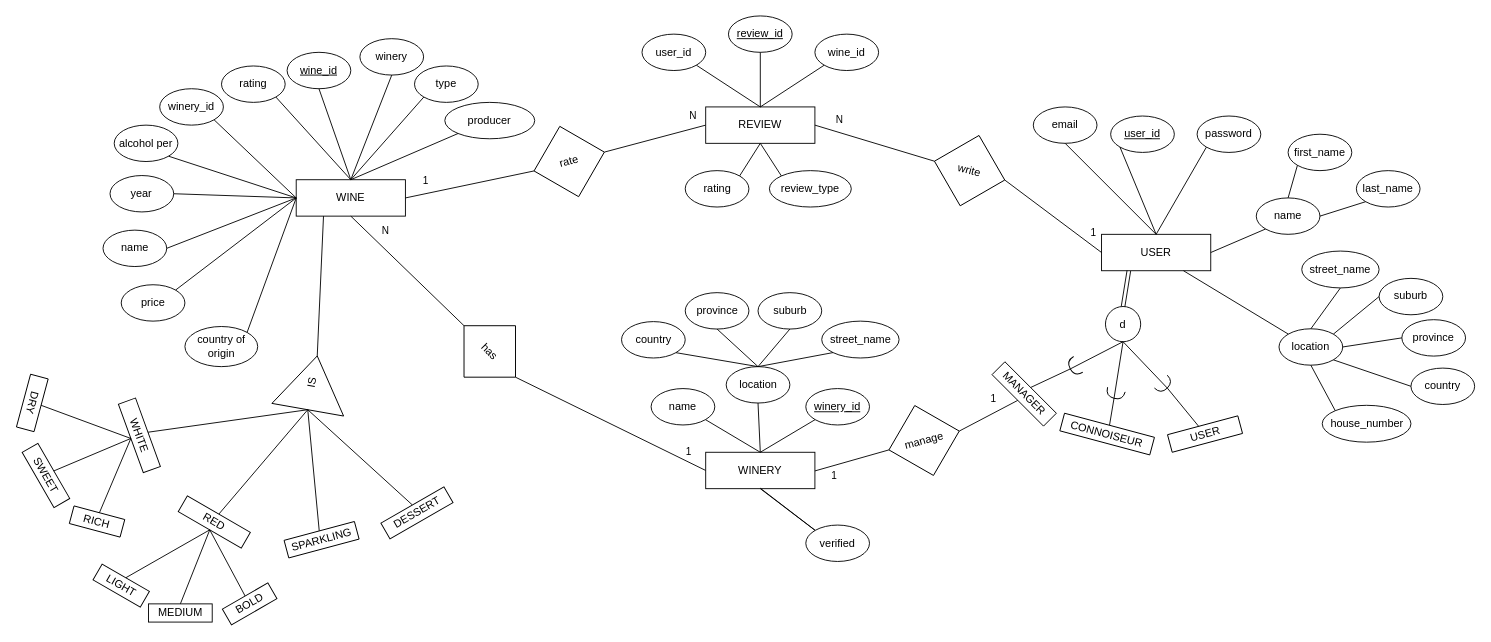
Before: documents/Task2(EER).drawio in GeekGurusUnion/221-PA5, a draw.io diagram. Source tidied: cells renumbered, new cells numbered last; positions are measured from the earlier drawing's top-left corner, leaving out a move shared by most shapes. Both pictures are drawn from the tidied source at 91%, with x=0, y=0 at pixel (5, 15).
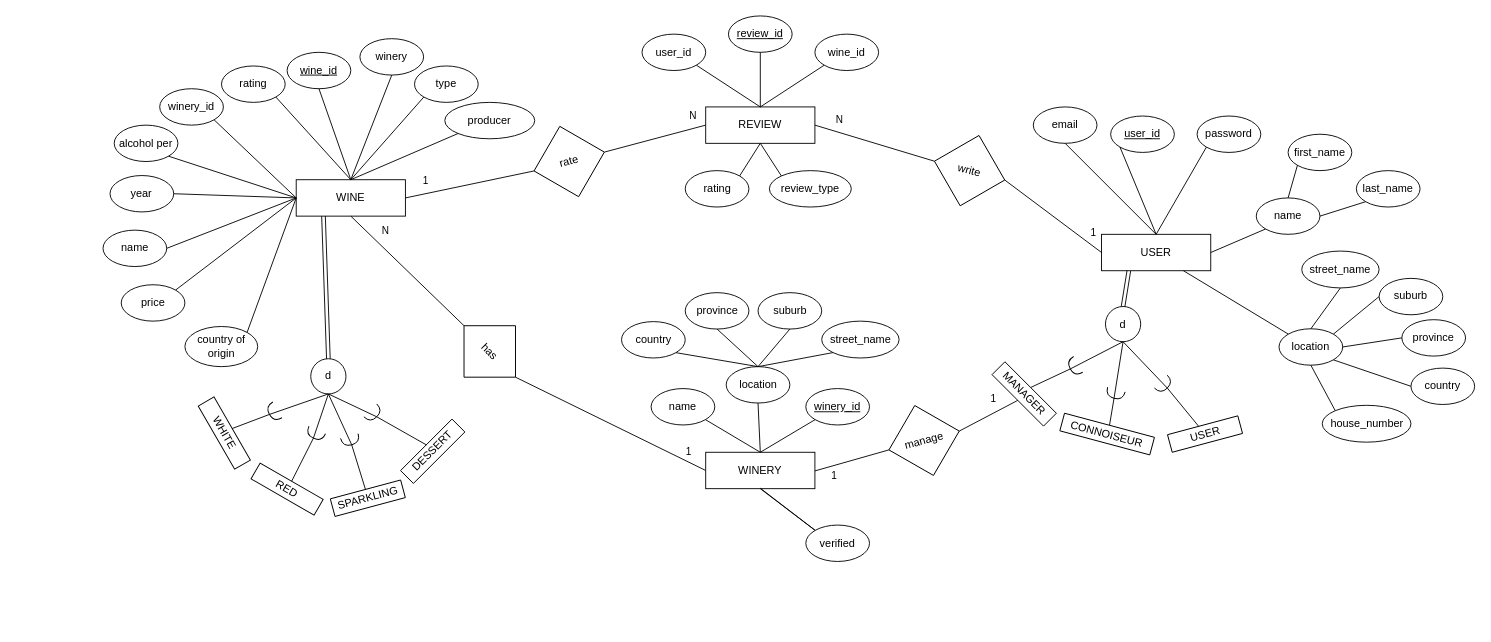
The same diagram, later.

Unchanged cells that the change refers to:
```xml
<mxCell id="2" value="WINE" style="rounded=0;whiteSpace=wrap;html=1;" parent="1" vertex="1">
  <mxGeometry x="320" y="180" width="120" height="40" as="geometry" />
</mxCell>
```

Diff of the diagram source:
```diff
@@
-    <mxCell id="49" value="IS&lt;br&gt;" style="triangle;whiteSpace=wrap;html=1;rotation=-80;" parent="1" vertex="1">
-      <mxGeometry x="307.9" y="363.2" width="60" height="80" as="geometry" />
-    </mxCell>
-    <mxCell id="50" style="endArrow=none;html=1;rounded=0;exitX=0.25;exitY=1;exitDx=0;exitDy=0;entryX=1;entryY=0.5;entryDx=0;entryDy=0;" parent="1" edge="1" source="2" target="49">
-      <mxGeometry relative="1" as="geometry" />
-    </mxCell>
-    <mxCell id="51" style="endArrow=none;html=1;rounded=0;exitX=0;exitY=0.5;exitDx=0;exitDy=0;entryX=0.5;entryY=0;entryDx=0;entryDy=0;" parent="1" edge="1" source="49" target="54">
-      <mxGeometry relative="1" as="geometry" />
-    </mxCell>
-    <mxCell id="52" style="endArrow=none;html=1;rounded=0;entryX=0.5;entryY=0;entryDx=0;entryDy=0;exitX=0;exitY=0.5;exitDx=0;exitDy=0;" parent="1" edge="1" source="49" target="55">
-      <mxGeometry relative="1" as="geometry" />
-    </mxCell>
-    <mxCell id="53" style="endArrow=none;html=1;rounded=0;exitX=0;exitY=0.5;exitDx=0;exitDy=0;entryX=0.5;entryY=0;entryDx=0;entryDy=0;" parent="1" edge="1" source="49" target="56">
-      <mxGeometry relative="1" as="geometry" />
-    </mxCell>
-    <mxCell id="54" value="WHITE" style="rounded=0;whiteSpace=wrap;html=1;rotation=70;" parent="1" vertex="1">
-      <mxGeometry x="107.7" y="450.9" width="80" height="20" as="geometry" />
+    <mxCell id="54" value="WHITE" style="rounded=0;whiteSpace=wrap;html=1;rotation=60;" parent="1" vertex="1">
+      <mxGeometry x="201" y="448.4" width="80" height="20" as="geometry" />
     </mxCell>
     <mxCell id="55" value="RED" style="rounded=0;whiteSpace=wrap;html=1;rotation=30;" parent="1" vertex="1">
-      <mxGeometry x="190" y="546.1" width="80" height="20" as="geometry" />
+      <mxGeometry x="270" y="510" width="80" height="20" as="geometry" />
     </mxCell>
     <mxCell id="56" value="SPARKLING" style="rounded=0;whiteSpace=wrap;html=1;rotation=-15;" parent="1" vertex="1">
-      <mxGeometry x="307.9" y="565.6" width="80" height="20" as="geometry" />
+      <mxGeometry x="358.7" y="520" width="80" height="20" as="geometry" />
     </mxCell>
@@
-    <mxCell id="87" style="endArrow=none;html=1;rounded=0;exitX=0.5;exitY=1;exitDx=0;exitDy=0;entryX=0.5;entryY=0;entryDx=0;entryDy=0;" parent="1" edge="1" source="55" target="90">
-      <mxGeometry relative="1" as="geometry" />
-    </mxCell>
-    <mxCell id="88" style="endArrow=none;html=1;rounded=0;exitX=0.5;exitY=1;exitDx=0;exitDy=0;entryX=0.5;entryY=0;entryDx=0;entryDy=0;" parent="1" edge="1" source="55" target="91">
-      <mxGeometry relative="1" as="geometry" />
-    </mxCell>
-    <mxCell id="89" style="endArrow=none;html=1;rounded=0;exitX=0.5;exitY=1;exitDx=0;exitDy=0;entryX=0.5;entryY=0;entryDx=0;entryDy=0;" parent="1" edge="1" source="55" target="92">
-      <mxGeometry relative="1" as="geometry" />
-    </mxCell>
-    <mxCell id="90" value="LIGHT" style="rounded=0;whiteSpace=wrap;html=1;rotation=30;" parent="1" vertex="1">
-      <mxGeometry x="97.7" y="616.1" width="60" height="20" as="geometry" />
-    </mxCell>
-    <mxCell id="91" value="MEDIUM" style="rounded=0;whiteSpace=wrap;html=1;rotation=0;" parent="1" vertex="1">
-      <mxGeometry x="157.7" y="646.1" width="70" height="20" as="geometry" />
-    </mxCell>
-    <mxCell id="92" value="BOLD" style="rounded=0;whiteSpace=wrap;html=1;rotation=-30;" parent="1" vertex="1">
-      <mxGeometry x="240" y="636.1" width="57.7" height="20" as="geometry" />
-    </mxCell>
-    <mxCell id="93" value="DRY" style="rounded=0;whiteSpace=wrap;html=1;rotation=105;" parent="1" vertex="1">
-      <mxGeometry y="415.3" width="60" height="20" as="geometry" />
-    </mxCell>
-    <mxCell id="94" value="SWEET" style="rounded=0;whiteSpace=wrap;html=1;rotation=60;" parent="1" vertex="1">
-      <mxGeometry x="10" y="495" width="70" height="20" as="geometry" />
-    </mxCell>
-    <mxCell id="95" value="RICH" style="rounded=0;whiteSpace=wrap;html=1;rotation=15;" parent="1" vertex="1">
-      <mxGeometry x="72.3" y="545.6" width="57.7" height="20" as="geometry" />
-    </mxCell>
-    <mxCell id="96" style="endArrow=none;html=1;rounded=0;exitX=0.5;exitY=1;exitDx=0;exitDy=0;entryX=0.5;entryY=0;entryDx=0;entryDy=0;" parent="1" edge="1" source="54" target="94">
-      <mxGeometry relative="1" as="geometry" />
-    </mxCell>
-    <mxCell id="97" style="endArrow=none;html=1;rounded=0;exitX=0.5;exitY=1;exitDx=0;exitDy=0;entryX=0.5;entryY=0;entryDx=0;entryDy=0;" parent="1" edge="1" source="54" target="93">
-      <mxGeometry relative="1" as="geometry" />
-    </mxCell>
-    <mxCell id="98" style="endArrow=none;html=1;rounded=0;exitX=0.5;exitY=1;exitDx=0;exitDy=0;entryX=0.5;entryY=0;entryDx=0;entryDy=0;" parent="1" edge="1" source="54" target="95">
-      <mxGeometry relative="1" as="geometry" />
-    </mxCell>
-    <mxCell id="99" style="endArrow=none;html=1;rounded=0;exitX=0;exitY=0.5;exitDx=0;exitDy=0;entryX=0.5;entryY=0;entryDx=0;entryDy=0;" parent="1" edge="1" source="49" target="100">
-      <mxGeometry relative="1" as="geometry" />
-    </mxCell>
-    <mxCell id="100" value="DESSERT" style="rounded=0;whiteSpace=wrap;html=1;rotation=-30;" parent="1" vertex="1">
-      <mxGeometry x="412.7" y="536.1" width="80" height="20" as="geometry" />
+    <mxCell id="100" value="DESSERT" style="rounded=0;whiteSpace=wrap;html=1;rotation=-45;" parent="1" vertex="1">
+      <mxGeometry x="430" y="468.4" width="80" height="20" as="geometry" />
     </mxCell>
@@
+    <mxCell id="127" style="endArrow=none;html=1;rounded=0;exitX=1;exitY=0.5;exitDx=0;exitDy=0;entryX=0.5;entryY=0;entryDx=0;entryDy=0;exitPerimeter=0;" parent="1" edge="1" source="135" target="54">
+      <mxGeometry relative="1" as="geometry" />
+    </mxCell>
+    <mxCell id="128" style="endArrow=none;html=1;rounded=0;entryX=0.5;entryY=0;entryDx=0;entryDy=0;exitX=1;exitY=0.5;exitDx=0;exitDy=0;exitPerimeter=0;" parent="1" edge="1" source="133" target="56">
+      <mxGeometry relative="1" as="geometry" />
+    </mxCell>
+    <mxCell id="129" style="endArrow=none;html=1;rounded=0;exitX=0.5;exitY=1;exitDx=0;exitDy=0;entryX=1;entryY=0.5;entryDx=0;entryDy=0;entryPerimeter=0;" parent="1" edge="1" source="130" target="131">
+      <mxGeometry relative="1" as="geometry" />
+    </mxCell>
+    <mxCell id="130" value="d" style="ellipse;whiteSpace=wrap;html=1;" parent="1" vertex="1">
+      <mxGeometry x="336" y="376.7" width="38.7" height="38.7" as="geometry" />
+    </mxCell>
+    <mxCell id="131" style="shape=requiredInterface;html=1;verticalLabelPosition=bottom;sketch=0;rotation=45;" parent="1" vertex="1">
+      <mxGeometry x="400" y="427" width="10" height="20" as="geometry" />
+    </mxCell>
+    <mxCell id="132" style="endArrow=none;html=1;rounded=0;entryX=1;entryY=0.5;entryDx=0;entryDy=0;exitX=0.5;exitY=1;exitDx=0;exitDy=0;entryPerimeter=0;" parent="1" edge="1" source="130" target="133">
+      <mxGeometry relative="1" as="geometry" />
+    </mxCell>
+    <mxCell id="133" style="shape=requiredInterface;html=1;verticalLabelPosition=bottom;sketch=0;rotation=75;" parent="1" vertex="1">
+      <mxGeometry x="374.7" y="456.5" width="10" height="20" as="geometry" />
+    </mxCell>
+    <mxCell id="134" style="endArrow=none;html=1;rounded=0;exitX=0.5;exitY=1;exitDx=0;exitDy=0;entryX=1;entryY=0.5;entryDx=0;entryDy=0;entryPerimeter=0;" parent="1" edge="1" source="130" target="135">
+      <mxGeometry relative="1" as="geometry" />
+    </mxCell>
+    <mxCell id="135" style="shape=requiredInterface;html=1;verticalLabelPosition=bottom;sketch=0;rotation=-210;" parent="1" vertex="1">
+      <mxGeometry x="290" y="425.4" width="10" height="20" as="geometry" />
+    </mxCell>
+    <mxCell id="136" style="endArrow=none;html=1;rounded=0;exitX=1;exitY=0.5;exitDx=0;exitDy=0;exitPerimeter=0;entryX=0.5;entryY=0;entryDx=0;entryDy=0;" parent="1" edge="1" source="131" target="100">
+      <mxGeometry relative="1" as="geometry" />
+    </mxCell>
+    <mxCell id="137" style="shape=link;html=1;rounded=0;exitX=0.25;exitY=1;exitDx=0;exitDy=0;entryX=0.5;entryY=0;entryDx=0;entryDy=0;" parent="1" edge="1" source="2" target="130">
+      <mxGeometry relative="1" as="geometry" />
+    </mxCell>
+    <mxCell id="138" style="endArrow=none;html=1;rounded=0;entryX=0.5;entryY=0;entryDx=0;entryDy=0;exitX=1;exitY=0.5;exitDx=0;exitDy=0;exitPerimeter=0;" parent="1" edge="1" source="140" target="55">
+      <mxGeometry relative="1" as="geometry" />
+    </mxCell>
+    <mxCell id="139" style="endArrow=none;html=1;rounded=0;entryX=1;entryY=0.5;entryDx=0;entryDy=0;exitX=0.5;exitY=1;exitDx=0;exitDy=0;entryPerimeter=0;" parent="1" edge="1" source="130" target="140">
+      <mxGeometry relative="1" as="geometry" />
+    </mxCell>
+    <mxCell id="140" style="shape=requiredInterface;html=1;verticalLabelPosition=bottom;sketch=0;rotation=115;" parent="1" vertex="1">
+      <mxGeometry x="336" y="449.5" width="10" height="20" as="geometry" />
+    </mxCell>
```
